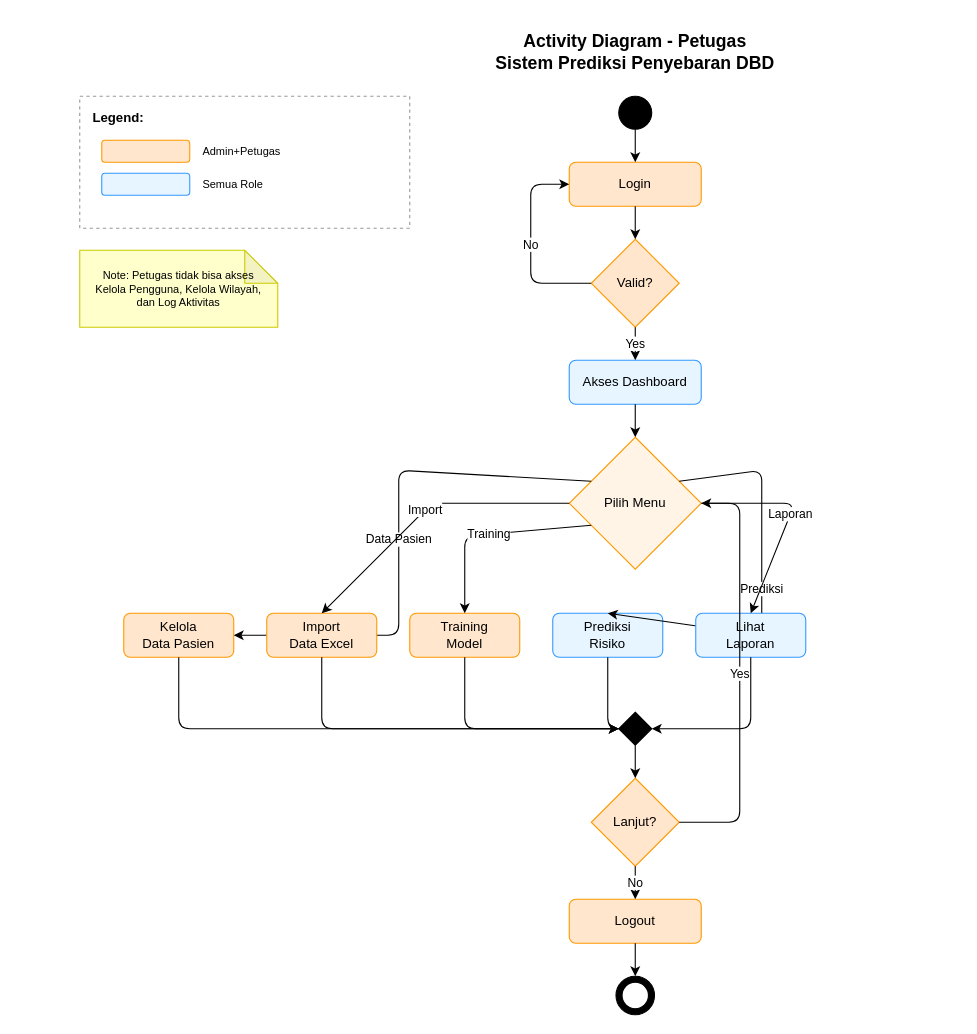
Earlier version of the draw.io diagram Dokumen/UML/activity_diagram_petugas.drawio (Suwardi87/prediksi-DBD). Source tidied: cells renumbered, new cells numbered last; positions are measured from the earlier drawing's top-left corner, leaving out a move shared by most shapes. Both pictures are drawn from the tidied source at 110%, with x=0, y=0 at pixel (79, 30).
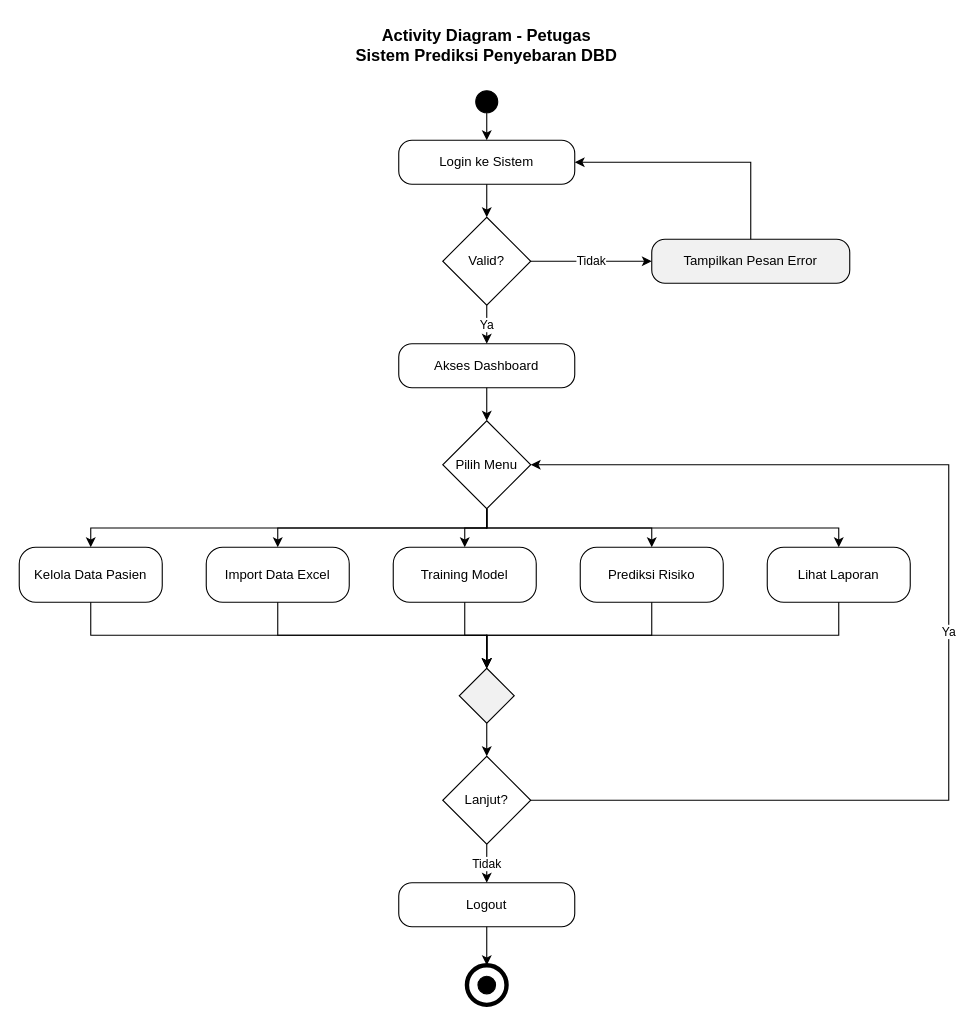
The same diagram, later.

What changed in the source:
```diff
@@
-    <mxCell id="2" value="Activity Diagram - Petugas&#10;Sistem Prediksi Penyebaran DBD" style="text;html=1;strokeColor=none;fillColor=none;align=center;verticalAlign=middle;whiteSpace=wrap;rounded=0;fontSize=16;fontStyle=1;" parent="1" vertex="1">
-      <mxGeometry x="305" width="400" height="40" as="geometry" />
+    <mxCell id="2" value="Activity Diagram - Petugas&lt;br&gt;Sistem Prediksi Penyebaran DBD" style="text;html=1;strokeColor=none;fillColor=none;align=center;verticalAlign=middle;whiteSpace=wrap;rounded=0;fontColor=#000000;fontSize=15;fontStyle=1;" parent="1" vertex="1">
+      <mxGeometry x="70" y="-10" width="600" height="45" as="geometry" />
     </mxCell>
-    <mxCell id="3" style="ellipse;fillColor=#000000;strokeColor=#000000;" parent="1" vertex="1">
-      <mxGeometry x="490" y="60" width="30" height="30" as="geometry" />
-    </mxCell>
-    <mxCell id="4" value="Login" style="rounded=1;whiteSpace=wrap;html=1;fillColor=#FFE6CC;strokeColor=#FF9900;" parent="1" vertex="1">
-      <mxGeometry x="445" y="120" width="120" height="40" as="geometry" />
-    </mxCell>
-    <mxCell id="5" style="endArrow=classic;html=1;exitX=0.5;exitY=1;exitDx=0;exitDy=0;entryX=0.5;entryY=0;entryDx=0;entryDy=0;" parent="1" edge="1" source="3" target="4">
-      <mxGeometry relative="1" as="geometry" />
-    </mxCell>
+    <mxCell id="44" style="ellipse;whiteSpace=wrap;html=1;fillColor=#000000;strokeColor=#000000;" parent="1" vertex="1">
+      <mxGeometry x="360" y="55" width="20" height="20" as="geometry" />
+    </mxCell>
+    <mxCell id="45" value="Login ke Sistem" style="rounded=1;whiteSpace=wrap;html=1;arcSize=30;fillColor=#FFFFFF;strokeColor=#000000;fontColor=#000000;" parent="1" vertex="1">
+      <mxGeometry x="290" y="100" width="160" height="40" as="geometry" />
+    </mxCell>
-    <mxCell id="6" value="Valid?" style="rhombus;whiteSpace=wrap;html=1;fillColor=#FFE6CC;strokeColor=#FF9900;" parent="1" vertex="1">
-      <mxGeometry x="465" y="190" width="80" height="80" as="geometry" />
+    <mxCell id="6" value="Valid?" style="rhombus;whiteSpace=wrap;html=1;fillColor=#FFFFFF;strokeColor=#000000;fontColor=#000000;" parent="1" vertex="1">
+      <mxGeometry x="330" y="170" width="80" height="80" as="geometry" />
     </mxCell>
-    <mxCell id="7" style="endArrow=classic;html=1;exitX=0.5;exitY=1;exitDx=0;exitDy=0;entryX=0.5;entryY=0;entryDx=0;entryDy=0;" parent="1" edge="1" source="4" target="6">
-      <mxGeometry relative="1" as="geometry" />
-    </mxCell>
-    <mxCell id="8" value="No" style="endArrow=classic;html=1;exitX=0;exitY=0.5;exitDx=0;exitDy=0;entryX=0;entryY=0.5;entryDx=0;entryDy=0;" parent="1" edge="1" source="6" target="4">
-      <mxGeometry relative="1" as="geometry">
-        <Array as="points">
-          <mxPoint x="410" y="230" />
-          <mxPoint x="410" y="140" />
-        </Array>
-      </mxGeometry>
-    </mxCell>
+    <mxCell id="46" value="Tampilkan Pesan Error" style="rounded=1;whiteSpace=wrap;html=1;arcSize=30;fillColor=#F1F1F1;strokeColor=#000000;fontColor=#000000;" parent="1" vertex="1">
+      <mxGeometry x="520" y="190" width="180" height="40" as="geometry" />
+    </mxCell>
-    <mxCell id="9" value="Akses Dashboard" style="rounded=1;whiteSpace=wrap;html=1;fillColor=#E6F5FF;strokeColor=#3399FF;" parent="1" vertex="1">
-      <mxGeometry x="445" y="300" width="120" height="40" as="geometry" />
+    <mxCell id="9" value="Akses Dashboard" style="rounded=1;whiteSpace=wrap;html=1;arcSize=30;fillColor=#FFFFFF;strokeColor=#000000;fontColor=#000000;" parent="1" vertex="1">
+      <mxGeometry x="290" y="285" width="160" height="40" as="geometry" />
     </mxCell>
+    <mxCell id="11" value="Pilih Menu" style="rhombus;whiteSpace=wrap;html=1;fillColor=#FFFFFF;strokeColor=#000000;fontColor=#000000;" parent="1" vertex="1">
+      <mxGeometry x="330" y="355" width="80" height="80" as="geometry" />
+    </mxCell>
+    <mxCell id="13" value="Kelola Data Pasien" style="rounded=1;whiteSpace=wrap;html=1;arcSize=30;fillColor=#FFFFFF;strokeColor=#000000;fontColor=#000000;" parent="1" vertex="1">
+      <mxGeometry x="-55" y="470" width="130" height="50" as="geometry" />
+    </mxCell>
+    <mxCell id="15" value="Import Data Excel" style="rounded=1;whiteSpace=wrap;html=1;arcSize=30;fillColor=#FFFFFF;strokeColor=#000000;fontColor=#000000;" parent="1" vertex="1">
+      <mxGeometry x="115" y="470" width="130" height="50" as="geometry" />
+    </mxCell>
+    <mxCell id="17" value="Training Model" style="rounded=1;whiteSpace=wrap;html=1;arcSize=30;fillColor=#FFFFFF;strokeColor=#000000;fontColor=#000000;" parent="1" vertex="1">
+      <mxGeometry x="285" y="470" width="130" height="50" as="geometry" />
+    </mxCell>
+    <mxCell id="19" value="Prediksi Risiko" style="rounded=1;whiteSpace=wrap;html=1;arcSize=30;fillColor=#FFFFFF;strokeColor=#000000;fontColor=#000000;" parent="1" vertex="1">
+      <mxGeometry x="455" y="470" width="130" height="50" as="geometry" />
+    </mxCell>
+    <mxCell id="21" value="Lihat Laporan" style="rounded=1;whiteSpace=wrap;html=1;arcSize=30;fillColor=#FFFFFF;strokeColor=#000000;fontColor=#000000;" parent="1" vertex="1">
+      <mxGeometry x="625" y="470" width="130" height="50" as="geometry" />
+    </mxCell>
+    <mxCell id="47" style="rhombus;whiteSpace=wrap;html=1;fillColor=#F1F1F1;strokeColor=#000000;" parent="1" vertex="1">
+      <mxGeometry x="345" y="580" width="50" height="50" as="geometry" />
+    </mxCell>
+    <mxCell id="29" value="Lanjut?" style="rhombus;whiteSpace=wrap;html=1;fillColor=#FFFFFF;strokeColor=#000000;fontColor=#000000;" parent="1" vertex="1">
+      <mxGeometry x="330" y="660" width="80" height="80" as="geometry" />
+    </mxCell>
+    <mxCell id="32" value="Logout" style="rounded=1;whiteSpace=wrap;html=1;arcSize=30;fillColor=#FFFFFF;strokeColor=#000000;fontColor=#000000;" parent="1" vertex="1">
+      <mxGeometry x="290" y="775" width="160" height="40" as="geometry" />
+    </mxCell>
+    <mxCell id="48" style="ellipse;whiteSpace=wrap;html=1;fillColor=#FFFFFF;strokeColor=#000000;strokeWidth=4;" parent="1" vertex="1">
+      <mxGeometry x="352" y="850" width="36" height="36" as="geometry" />
+    </mxCell>
+    <mxCell id="49" style="ellipse;whiteSpace=wrap;html=1;fillColor=#000000;strokeColor=#000000;" parent="1" vertex="1">
+      <mxGeometry x="362" y="860" width="16" height="16" as="geometry" />
+    </mxCell>
+    <mxCell id="50" style="edgeStyle=orthogonalEdgeStyle;rounded=0;html=1;strokeColor=#000000;endArrow=classic;exitX=0.5;exitY=1;exitDx=0;exitDy=0;entryX=0.5;entryY=0;entryDx=0;entryDy=0;" parent="1" edge="1" source="44" target="45">
+      <mxGeometry relative="1" as="geometry" />
+    </mxCell>
+    <mxCell id="51" style="edgeStyle=orthogonalEdgeStyle;rounded=0;html=1;strokeColor=#000000;endArrow=classic;exitX=0.5;exitY=1;exitDx=0;exitDy=0;entryX=0.5;entryY=0;entryDx=0;entryDy=0;" parent="1" edge="1" source="45" target="6">
+      <mxGeometry relative="1" as="geometry" />
+    </mxCell>
+    <mxCell id="52" value="Tidak" style="edgeStyle=orthogonalEdgeStyle;rounded=0;html=1;strokeColor=#000000;fontColor=#000000;endArrow=classic;exitX=1;exitY=0.5;exitDx=0;exitDy=0;entryX=0;entryY=0.5;entryDx=0;entryDy=0;" parent="1" edge="1" source="6" target="46">
+      <mxGeometry relative="1" as="geometry" />
+    </mxCell>
+    <mxCell id="53" style="edgeStyle=orthogonalEdgeStyle;rounded=0;html=1;strokeColor=#000000;endArrow=classic;exitX=0.5;exitY=0;exitDx=0;exitDy=0;entryX=1;entryY=0.5;entryDx=0;entryDy=0;" parent="1" edge="1" source="46" target="45">
+      <mxGeometry relative="1" as="geometry" />
+    </mxCell>
-    <mxCell id="10" value="Yes" style="endArrow=classic;html=1;exitX=0.5;exitY=1;exitDx=0;exitDy=0;entryX=0.5;entryY=0;entryDx=0;entryDy=0;" parent="1" edge="1" source="6" target="9">
+    <mxCell id="10" value="Ya" style="edgeStyle=orthogonalEdgeStyle;rounded=0;html=1;strokeColor=#000000;fontColor=#000000;endArrow=classic;exitX=0.5;exitY=1;exitDx=0;exitDy=0;entryX=0.5;entryY=0;entryDx=0;entryDy=0;" parent="1" edge="1" source="6" target="9">
       <mxGeometry relative="1" as="geometry" />
     </mxCell>
-    <mxCell id="11" value="Pilih Menu" style="rhombus;whiteSpace=wrap;html=1;fillColor=#FFF4E6;strokeColor=#FF9900;" parent="1" vertex="1">
-      <mxGeometry x="445" y="370" width="120" height="120" as="geometry" />
-    </mxCell>
-    <mxCell id="12" style="endArrow=classic;html=1;exitX=0.5;exitY=1;exitDx=0;exitDy=0;entryX=0.5;entryY=0;entryDx=0;entryDy=0;" parent="1" edge="1" source="9" target="11">
+    <mxCell id="12" style="edgeStyle=orthogonalEdgeStyle;rounded=0;html=1;strokeColor=#000000;endArrow=classic;exitX=0.5;exitY=1;exitDx=0;exitDy=0;entryX=0.5;entryY=0;entryDx=0;entryDy=0;" parent="1" edge="1" source="9" target="11">
       <mxGeometry relative="1" as="geometry" />
     </mxCell>
-    <mxCell id="13" value="Kelola&#10;Data Pasien" style="rounded=1;whiteSpace=wrap;html=1;fillColor=#FFE6CC;strokeColor=#FF9900;" parent="1" vertex="1">
-      <mxGeometry x="40" y="530" width="100" height="40" as="geometry" />
-    </mxCell>
-    <mxCell id="14" value="Data Pasien" style="endArrow=classic;html=1;exitX=0;exitY=0.25;exitDx=0;exitDy=0;entryX=1;entryY=0.5;entryDx=0;entryDy=0;" parent="1" edge="1" source="11" target="13">
-      <mxGeometry relative="1" as="geometry">
-        <Array as="points">
-          <mxPoint x="290" y="400" />
-          <mxPoint x="290" y="550" />
-        </Array>
-      </mxGeometry>
+    <mxCell id="14" style="edgeStyle=orthogonalEdgeStyle;rounded=0;html=1;strokeColor=#000000;endArrow=classic;exitX=0.5;exitY=1;exitDx=0;exitDy=0;entryX=0.5;entryY=0;entryDx=0;entryDy=0;" parent="1" edge="1" source="11" target="13">
+      <mxGeometry relative="1" as="geometry" />
     </mxCell>
-    <mxCell id="15" value="Import&#10;Data Excel" style="rounded=1;whiteSpace=wrap;html=1;fillColor=#FFE6CC;strokeColor=#FF9900;" parent="1" vertex="1">
-      <mxGeometry x="170" y="530" width="100" height="40" as="geometry" />
-    </mxCell>
-    <mxCell id="16" value="Import" style="endArrow=classic;html=1;exitX=0;exitY=0.5;exitDx=0;exitDy=0;entryX=0.5;entryY=0;entryDx=0;entryDy=0;" parent="1" edge="1" source="11" target="15">
-      <mxGeometry relative="1" as="geometry">
-        <Array as="points">
-          <mxPoint x="320" y="430" />
-        </Array>
-      </mxGeometry>
+    <mxCell id="16" style="edgeStyle=orthogonalEdgeStyle;rounded=0;html=1;strokeColor=#000000;endArrow=classic;exitX=0.5;exitY=1;exitDx=0;exitDy=0;entryX=0.5;entryY=0;entryDx=0;entryDy=0;" parent="1" edge="1" source="11" target="15">
+      <mxGeometry relative="1" as="geometry" />
     </mxCell>
-    <mxCell id="17" value="Training&#10;Model" style="rounded=1;whiteSpace=wrap;html=1;fillColor=#FFE6CC;strokeColor=#FF9900;" parent="1" vertex="1">
-      <mxGeometry x="300" y="530" width="100" height="40" as="geometry" />
-    </mxCell>
-    <mxCell id="18" value="Training" style="endArrow=classic;html=1;exitX=0;exitY=0.75;exitDx=0;exitDy=0;entryX=0.5;entryY=0;entryDx=0;entryDy=0;" parent="1" edge="1" source="11" target="17">
-      <mxGeometry relative="1" as="geometry">
-        <Array as="points">
-          <mxPoint x="350" y="460" />
-        </Array>
-      </mxGeometry>
+    <mxCell id="18" style="edgeStyle=orthogonalEdgeStyle;rounded=0;html=1;strokeColor=#000000;endArrow=classic;exitX=0.5;exitY=1;exitDx=0;exitDy=0;entryX=0.5;entryY=0;entryDx=0;entryDy=0;" parent="1" edge="1" source="11" target="17">
+      <mxGeometry relative="1" as="geometry" />
     </mxCell>
-    <mxCell id="19" value="Prediksi&#10;Risiko" style="rounded=1;whiteSpace=wrap;html=1;fillColor=#E6F5FF;strokeColor=#3399FF;" parent="1" vertex="1">
-      <mxGeometry x="430" y="530" width="100" height="40" as="geometry" />
-    </mxCell>
-    <mxCell id="20" value="Prediksi" style="endArrow=classic;html=1;exitX=1;exitY=0.25;exitDx=0;exitDy=0;entryX=0.5;entryY=0;entryDx=0;entryDy=0;" parent="1" edge="1" source="11" target="19">
-      <mxGeometry relative="1" as="geometry">
-        <Array as="points">
-          <mxPoint x="620" y="400" />
-          <mxPoint x="620" y="550" />
-        </Array>
-      </mxGeometry>
+    <mxCell id="20" style="edgeStyle=orthogonalEdgeStyle;rounded=0;html=1;strokeColor=#000000;endArrow=classic;exitX=0.5;exitY=1;exitDx=0;exitDy=0;entryX=0.5;entryY=0;entryDx=0;entryDy=0;" parent="1" edge="1" source="11" target="19">
+      <mxGeometry relative="1" as="geometry" />
     </mxCell>
-    <mxCell id="21" value="Lihat&#10;Laporan" style="rounded=1;whiteSpace=wrap;html=1;fillColor=#E6F5FF;strokeColor=#3399FF;" parent="1" vertex="1">
-      <mxGeometry x="560" y="530" width="100" height="40" as="geometry" />
-    </mxCell>
-    <mxCell id="22" value="Laporan" style="endArrow=classic;html=1;exitX=1;exitY=0.5;exitDx=0;exitDy=0;entryX=0.5;entryY=0;entryDx=0;entryDy=0;" parent="1" edge="1" source="11" target="21">
-      <mxGeometry relative="1" as="geometry">
-        <Array as="points">
-          <mxPoint x="650" y="430" />
-        </Array>
-      </mxGeometry>
+    <mxCell id="22" style="edgeStyle=orthogonalEdgeStyle;rounded=0;html=1;strokeColor=#000000;endArrow=classic;exitX=0.5;exitY=1;exitDx=0;exitDy=0;entryX=0.5;entryY=0;entryDx=0;entryDy=0;" parent="1" edge="1" source="11" target="21">
+      <mxGeometry relative="1" as="geometry" />
     </mxCell>
-    <mxCell id="23" style="rhombus;fillColor=#000000;strokeColor=#000000;" parent="1" vertex="1">
-      <mxGeometry x="490" y="620" width="30" height="30" as="geometry" />
-    </mxCell>
-    <mxCell id="24" style="endArrow=classic;html=1;exitX=0.5;exitY=1;exitDx=0;exitDy=0;entryX=0;entryY=0.5;entryDx=0;entryDy=0;" parent="1" edge="1" source="13" target="23">
-      <mxGeometry relative="1" as="geometry">
-        <Array as="points">
-          <mxPoint x="90" y="635" />
-        </Array>
-      </mxGeometry>
-    </mxCell>
-    <mxCell id="25" style="endArrow=classic;html=1;exitX=0.5;exitY=1;exitDx=0;exitDy=0;entryX=0;entryY=0.5;entryDx=0;entryDy=0;" parent="1" edge="1" source="15" target="23">
-      <mxGeometry relative="1" as="geometry">
-        <Array as="points">
-          <mxPoint x="220" y="635" />
-        </Array>
-      </mxGeometry>
-    </mxCell>
-    <mxCell id="26" style="endArrow=classic;html=1;exitX=0.5;exitY=1;exitDx=0;exitDy=0;entryX=0;entryY=0.5;entryDx=0;entryDy=0;" parent="1" edge="1" source="17" target="23">
-      <mxGeometry relative="1" as="geometry">
-        <Array as="points">
-          <mxPoint x="350" y="635" />
-        </Array>
-      </mxGeometry>
-    </mxCell>
-    <mxCell id="27" style="endArrow=classic;html=1;exitX=0.5;exitY=1;exitDx=0;exitDy=0;entryX=1;entryY=0.5;entryDx=0;entryDy=0;" parent="1" edge="1" source="19" target="23">
-      <mxGeometry relative="1" as="geometry">
-        <Array as="points">
-          <mxPoint x="480" y="635" />
-        </Array>
-      </mxGeometry>
-    </mxCell>
-    <mxCell id="28" style="endArrow=classic;html=1;exitX=0.5;exitY=1;exitDx=0;exitDy=0;entryX=1;entryY=0.5;entryDx=0;entryDy=0;" parent="1" edge="1" source="21" target="23">
-      <mxGeometry relative="1" as="geometry">
-        <Array as="points">
-          <mxPoint x="610" y="635" />
-        </Array>
-      </mxGeometry>
-    </mxCell>
-    <mxCell id="29" value="Lanjut?" style="rhombus;whiteSpace=wrap;html=1;fillColor=#FFE6CC;strokeColor=#FF9900;" parent="1" vertex="1">
-      <mxGeometry x="465" y="680" width="80" height="80" as="geometry" />
-    </mxCell>
-    <mxCell id="30" style="endArrow=classic;html=1;exitX=0.5;exitY=1;exitDx=0;exitDy=0;entryX=0.5;entryY=0;entryDx=0;entryDy=0;" parent="1" edge="1" source="23" target="29">
-      <mxGeometry relative="1" as="geometry" />
-    </mxCell>
+    <mxCell id="54" style="edgeStyle=orthogonalEdgeStyle;rounded=0;html=1;strokeColor=#000000;endArrow=classic;exitX=0.5;exitY=1;exitDx=0;exitDy=0;entryX=0.5;entryY=0;entryDx=0;entryDy=0;" parent="1" edge="1" source="13" target="47">
+      <mxGeometry relative="1" as="geometry" />
+    </mxCell>
+    <mxCell id="55" style="edgeStyle=orthogonalEdgeStyle;rounded=0;html=1;strokeColor=#000000;endArrow=classic;exitX=0.5;exitY=1;exitDx=0;exitDy=0;entryX=0.5;entryY=0;entryDx=0;entryDy=0;" parent="1" edge="1" source="15" target="47">
+      <mxGeometry relative="1" as="geometry" />
+    </mxCell>
+    <mxCell id="56" style="edgeStyle=orthogonalEdgeStyle;rounded=0;html=1;strokeColor=#000000;endArrow=classic;exitX=0.5;exitY=1;exitDx=0;exitDy=0;entryX=0.5;entryY=0;entryDx=0;entryDy=0;" parent="1" edge="1" source="17" target="47">
+      <mxGeometry relative="1" as="geometry" />
+    </mxCell>
+    <mxCell id="57" style="edgeStyle=orthogonalEdgeStyle;rounded=0;html=1;strokeColor=#000000;endArrow=classic;exitX=0.5;exitY=1;exitDx=0;exitDy=0;entryX=0.5;entryY=0;entryDx=0;entryDy=0;" parent="1" edge="1" source="19" target="47">
+      <mxGeometry relative="1" as="geometry" />
+    </mxCell>
+    <mxCell id="58" style="edgeStyle=orthogonalEdgeStyle;rounded=0;html=1;strokeColor=#000000;endArrow=classic;exitX=0.5;exitY=1;exitDx=0;exitDy=0;entryX=0.5;entryY=0;entryDx=0;entryDy=0;" parent="1" edge="1" source="21" target="47">
+      <mxGeometry relative="1" as="geometry" />
+    </mxCell>
+    <mxCell id="59" style="edgeStyle=orthogonalEdgeStyle;rounded=0;html=1;strokeColor=#000000;endArrow=classic;exitX=0.5;exitY=1;exitDx=0;exitDy=0;entryX=0.5;entryY=0;entryDx=0;entryDy=0;" parent="1" edge="1" source="47" target="29">
+      <mxGeometry relative="1" as="geometry" />
+    </mxCell>
-    <mxCell id="31" value="Yes" style="endArrow=classic;html=1;exitX=1;exitY=0.5;exitDx=0;exitDy=0;entryX=1;entryY=0.5;entryDx=0;entryDy=0;" parent="1" edge="1" source="29" target="11">
+    <mxCell id="31" value="Ya" style="edgeStyle=orthogonalEdgeStyle;rounded=0;html=1;strokeColor=#000000;fontColor=#000000;endArrow=classic;exitX=1;exitY=0.5;exitDx=0;exitDy=0;entryX=1;entryY=0.5;entryDx=0;entryDy=0;" parent="1" edge="1" source="29" target="11">
       <mxGeometry relative="1" as="geometry">
         <Array as="points">
-          <mxPoint x="600" y="720" />
-          <mxPoint x="600" y="430" />
+          <mxPoint x="790" y="700" />
+          <mxPoint x="790" y="395" />
         </Array>
       </mxGeometry>
     </mxCell>
-    <mxCell id="32" value="Logout" style="rounded=1;whiteSpace=wrap;html=1;fillColor=#FFE6CC;strokeColor=#FF9900;" parent="1" vertex="1">
-      <mxGeometry x="445" y="790" width="120" height="40" as="geometry" />
-    </mxCell>
-    <mxCell id="33" value="No" style="endArrow=classic;html=1;exitX=0.5;exitY=1;exitDx=0;exitDy=0;entryX=0.5;entryY=0;entryDx=0;entryDy=0;" parent="1" edge="1" source="29" target="32">
+    <mxCell id="33" value="Tidak" style="edgeStyle=orthogonalEdgeStyle;rounded=0;html=1;strokeColor=#000000;fontColor=#000000;endArrow=classic;exitX=0.5;exitY=1;exitDx=0;exitDy=0;entryX=0.5;entryY=0;entryDx=0;entryDy=0;" parent="1" edge="1" source="29" target="32">
       <mxGeometry relative="1" as="geometry" />
     </mxCell>
-    <mxCell id="34" style="ellipse;fillColor=#000000;strokeColor=#000000;" parent="1" vertex="1">
-      <mxGeometry x="487.5" y="860" width="35" height="35" as="geometry" />
-    </mxCell>
-    <mxCell id="35" style="ellipse;fillColor=#FFFFFF;strokeColor=#000000;" parent="1" vertex="1">
-      <mxGeometry x="493" y="865.5" width="24" height="24" as="geometry" />
-    </mxCell>
-    <mxCell id="36" style="endArrow=classic;html=1;exitX=0.5;exitY=1;exitDx=0;exitDy=0;entryX=0.5;entryY=0;entryDx=0;entryDy=0;" parent="1" edge="1" source="32" target="34">
-      <mxGeometry relative="1" as="geometry" />
-    </mxCell>
-    <mxCell id="37" style="rounded=0;whiteSpace=wrap;html=1;fillColor=none;strokeColor=#999999;dashed=1;" parent="1" vertex="1">
-      <mxGeometry y="60" width="300" height="120" as="geometry" />
-    </mxCell>
-    <mxCell id="38" value="Legend:" style="text;html=1;strokeColor=none;fillColor=none;align=left;verticalAlign=middle;whiteSpace=wrap;rounded=0;fontStyle=1;" parent="1" vertex="1">
-      <mxGeometry x="10" y="70" width="60" height="20" as="geometry" />
-    </mxCell>
-    <mxCell id="39" style="rounded=1;whiteSpace=wrap;html=1;fillColor=#FFE6CC;strokeColor=#FF9900;" parent="1" vertex="1">
-      <mxGeometry x="20" y="100" width="80" height="20" as="geometry" />
-    </mxCell>
-    <mxCell id="40" value="Admin+Petugas" style="text;html=1;strokeColor=none;fillColor=none;align=left;verticalAlign=middle;whiteSpace=wrap;rounded=0;fontSize=10;" parent="1" vertex="1">
-      <mxGeometry x="110" y="100" width="100" height="20" as="geometry" />
-    </mxCell>
-    <mxCell id="41" style="rounded=1;whiteSpace=wrap;html=1;fillColor=#E6F5FF;strokeColor=#3399FF;" parent="1" vertex="1">
-      <mxGeometry x="20" y="130" width="80" height="20" as="geometry" />
-    </mxCell>
-    <mxCell id="42" value="Semua Role" style="text;html=1;strokeColor=none;fillColor=none;align=left;verticalAlign=middle;whiteSpace=wrap;rounded=0;fontSize=10;" parent="1" vertex="1">
-      <mxGeometry x="110" y="130" width="100" height="20" as="geometry" />
-    </mxCell>
-    <mxCell id="43" value="Note: Petugas tidak bisa akses&#10;Kelola Pengguna, Kelola Wilayah,&#10;dan Log Aktivitas" style="shape=note;whiteSpace=wrap;html=1;backgroundOutline=1;darkOpacity=0.05;fillColor=#FFFFCC;strokeColor=#CCCC00;fontSize=10;" parent="1" vertex="1">
-      <mxGeometry y="200" width="180" height="70" as="geometry" />
-    </mxCell>
+    <mxCell id="60" style="edgeStyle=orthogonalEdgeStyle;rounded=0;html=1;strokeColor=#000000;endArrow=classic;exitX=0.5;exitY=1;exitDx=0;exitDy=0;entryX=0.5;entryY=0;entryDx=0;entryDy=0;" parent="1" edge="1" source="32" target="48">
+      <mxGeometry relative="1" as="geometry" />
+    </mxCell>
```
